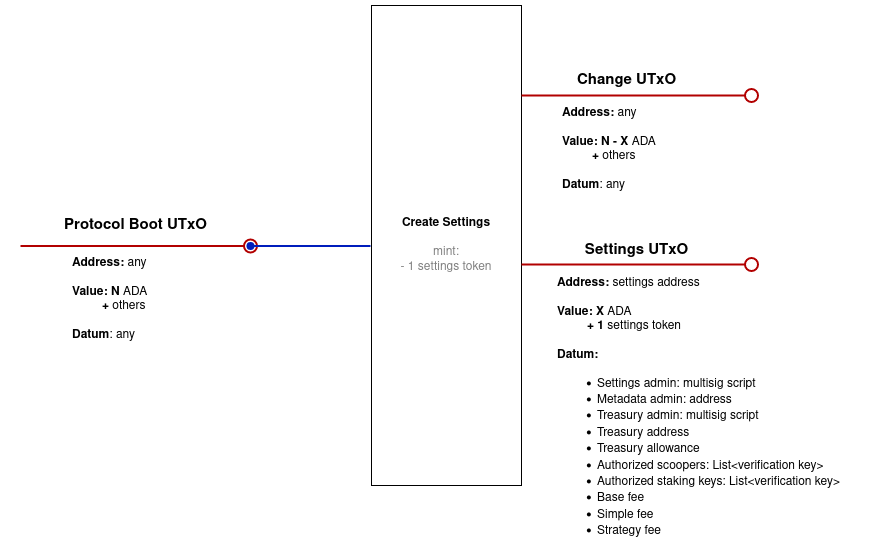
Earlier version of the draw.io export src/img/create_settings.png (txpipe-shop/sundae-swap). Source tidied: cells renumbered, new cells last; positions are measured from the earlier drawing's top-left corner, leaving out a move shared by most shapes.
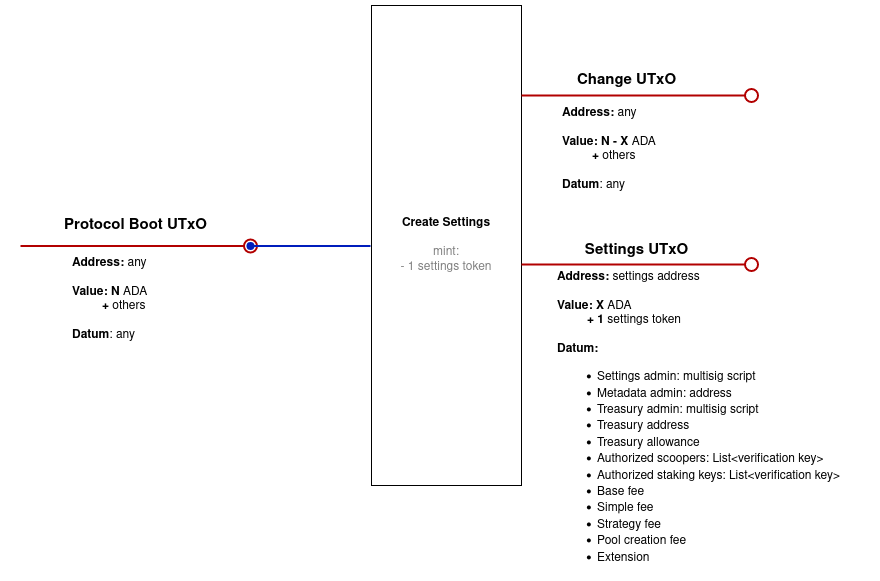
Above is the later version.

Change to the diagram source:
```diff
@@ -14,8 +14,8 @@
     <mxCell id="4" value="&lt;b&gt;&lt;font style=&quot;font-size: 15px;&quot;&gt;Settings UTxO&lt;/font&gt;&lt;/b&gt;" style="text;html=1;align=center;verticalAlign=middle;strokeColor=none;fillColor=none;" parent="1" vertex="1">
       <mxGeometry x="551" y="230" width="130" height="30" as="geometry" />
     </mxCell>
-    <mxCell id="5" value="&lt;div&gt;&lt;b&gt;&lt;br&gt;Address: &lt;/b&gt;settings address&lt;br&gt;&lt;b&gt;&lt;br&gt;Value: X &lt;/b&gt;ADA&lt;/div&gt;&lt;div&gt;&lt;b&gt;&amp;nbsp;&amp;nbsp;&amp;nbsp;&amp;nbsp;&amp;nbsp;&amp;nbsp;&amp;nbsp;&amp;nbsp; + 1 &lt;/b&gt;settings token&lt;br&gt;&lt;/div&gt;&lt;div&gt;&lt;br&gt;&lt;/div&gt;&lt;div&gt;&lt;b&gt;Datum: &lt;/b&gt;&lt;br&gt;&lt;ul&gt;&lt;li&gt;Settings admin: multisig script&lt;br&gt;&lt;/li&gt;&lt;li&gt;Metadata admin: address&lt;/li&gt;&lt;li&gt;Treasury admin: multisig script&lt;/li&gt;&lt;li&gt;Treasury address&lt;/li&gt;&lt;li&gt;Treasury allowance&lt;/li&gt;&lt;li&gt;Authorized scoopers: List&amp;lt;verification key&amp;gt;&lt;/li&gt;&lt;li&gt;Authorized staking keys: List&amp;lt;verification key&amp;gt;&lt;/li&gt;&lt;li&gt;Base fee&lt;/li&gt;&lt;li&gt;Simple fee&lt;/li&gt;&lt;li&gt;Strategy fee&lt;br&gt;&lt;/li&gt;&lt;/ul&gt;&lt;/div&gt;" style="text;html=1;strokeColor=none;fillColor=none;align=left;verticalAlign=middle;whiteSpace=wrap;rounded=0;" parent="1" vertex="1">
-      <mxGeometry x="535" y="380" width="315" height="41" as="geometry" />
+    <mxCell id="5" value="&lt;div&gt;&lt;b&gt;&lt;br&gt;Address: &lt;/b&gt;settings address&lt;br&gt;&lt;b&gt;&lt;br&gt;Value: X &lt;/b&gt;ADA&lt;/div&gt;&lt;div&gt;&lt;b&gt;&amp;nbsp;&amp;nbsp;&amp;nbsp;&amp;nbsp;&amp;nbsp;&amp;nbsp;&amp;nbsp;&amp;nbsp; + 1 &lt;/b&gt;settings token&lt;br&gt;&lt;/div&gt;&lt;div&gt;&lt;br&gt;&lt;/div&gt;&lt;div&gt;&lt;b&gt;Datum: &lt;/b&gt;&lt;br&gt;&lt;ul&gt;&lt;li&gt;Settings admin: multisig script&lt;br&gt;&lt;/li&gt;&lt;li&gt;Metadata admin: address&lt;/li&gt;&lt;li&gt;Treasury admin: multisig script&lt;/li&gt;&lt;li&gt;Treasury address&lt;/li&gt;&lt;li&gt;Treasury allowance&lt;/li&gt;&lt;li&gt;Authorized scoopers: List&amp;lt;verification key&amp;gt;&lt;/li&gt;&lt;li&gt;Authorized staking keys: List&amp;lt;verification key&amp;gt;&lt;/li&gt;&lt;li&gt;Base fee&lt;/li&gt;&lt;li&gt;Simple fee&lt;/li&gt;&lt;li&gt;Strategy fee&lt;/li&gt;&lt;li&gt;Pool creation fee&lt;/li&gt;&lt;li&gt;Extension&lt;br&gt;&lt;/li&gt;&lt;/ul&gt;&lt;/div&gt;" style="text;html=1;strokeColor=none;fillColor=none;align=left;verticalAlign=middle;whiteSpace=wrap;rounded=0;" parent="1" vertex="1">
+      <mxGeometry x="535" y="390" width="315" height="41" as="geometry" />
     </mxCell>
     <mxCell id="6" style="endArrow=oval;html=1;rounded=0;strokeWidth=2;fillColor=#e51400;strokeColor=#B20000;startArrow=none;startFill=0;endFill=0;endSize=13;" parent="1" edge="1">
       <mxGeometry relative="1" as="geometry">
```
